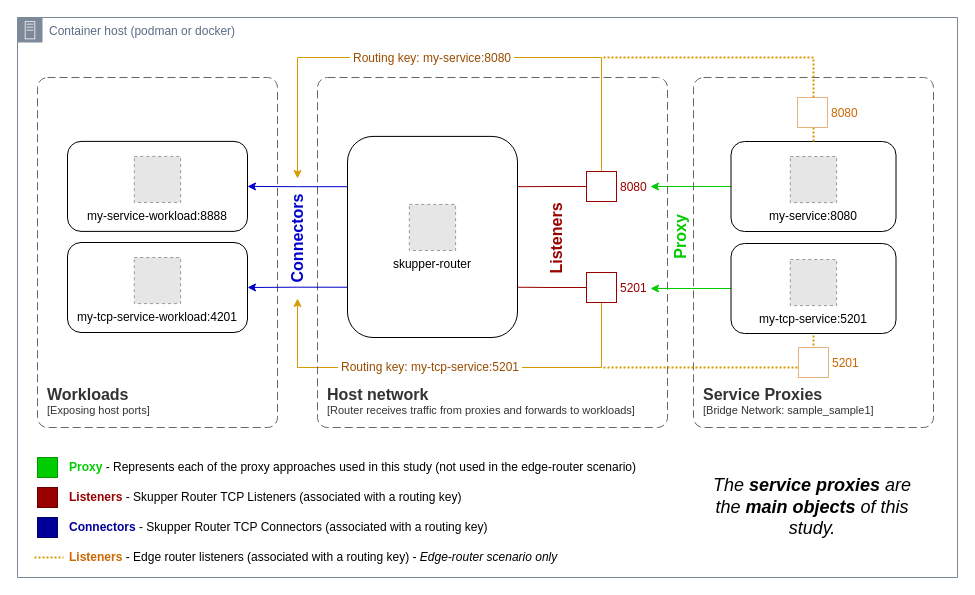
Earlier version of the draw.io diagram page "20240328" (1 of 2) of posts/20240322-skupper-podman-ingresses/resources/scenario.drawio (fgiorgetti/fgiorgetti.github.io). Source tidied: cells renumbered, new cells numbered last; positions are measured from the earlier drawing's top-left corner, leaving out a move shared by most shapes. Both pictures are drawn from the tidied source at 100%, with x=0, y=0 at pixel (17, 17). Pictures stored in the file or linked from it are replaced by grey dashed boxes.
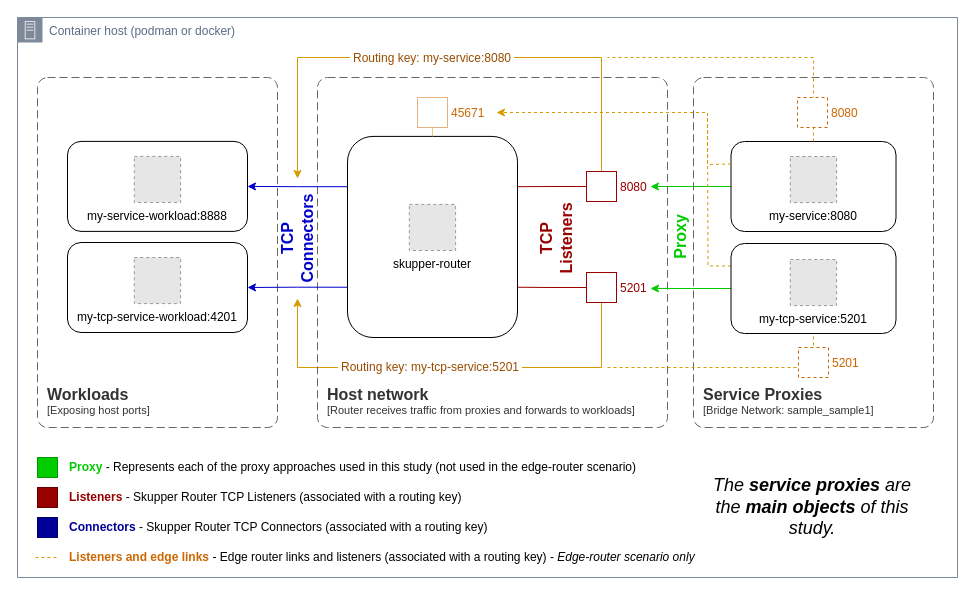
Above is the later version.

The change refers to these unchanged cells:
```xml
<mxCell id="4" style="rounded=1;whiteSpace=wrap;html=1;align=right;fontColor=#CC6600;" parent="1" vertex="1">
  <mxGeometry x="713.5" y="124" width="165" height="90" as="geometry" />
</mxCell>
<mxCell id="17" style="rounded=1;whiteSpace=wrap;html=1;" parent="1" vertex="1">
  <mxGeometry x="330" y="118.9" width="170" height="201.1" as="geometry" />
</mxCell>
<mxCell id="20" style="rounded=1;whiteSpace=wrap;html=1;align=right;" parent="1" vertex="1">
  <mxGeometry x="713.5" y="226" width="165" height="90" as="geometry" />
</mxCell>
```

The edit, as a diff of the source:
```diff
@@
+    <mxCell id="44" style="edgeStyle=orthogonalEdgeStyle;rounded=0;jettySize=auto;html=1;endArrow=none;endFill=0;exitX=0;exitY=0.25;exitDx=0;exitDy=0;fillColor=#ffe6cc;strokeColor=#d79b00;dashed=1;" parent="1" edge="1" source="20">
+      <mxGeometry relative="1" as="geometry">
+        <mxPoint x="690" y="100" as="targetPoint" />
+      </mxGeometry>
+    </mxCell>
@@
-    <mxCell id="27" value="Connectors" style="text;html=1;align=center;verticalAlign=middle;whiteSpace=wrap;rounded=0;fontStyle=1;rotation=-90;fontSize=16;fontColor=#0000CC;" parent="1" vertex="1">
+    <mxCell id="27" value="TCP&lt;br&gt;Connectors" style="text;html=1;align=center;verticalAlign=middle;whiteSpace=wrap;rounded=0;fontStyle=1;rotation=-90;fontSize=16;fontColor=#0000CC;" parent="1" vertex="1">
       <mxGeometry x="220" y="206" width="120" height="30" as="geometry" />
     </mxCell>
-    <mxCell id="28" value="Listeners" style="text;html=1;align=center;verticalAlign=middle;whiteSpace=wrap;rounded=0;fontStyle=1;rotation=-90;fontSize=16;fontColor=#990000;" parent="1" vertex="1">
+    <mxCell id="28" value="TCP&lt;br&gt;Listeners" style="text;html=1;align=center;verticalAlign=middle;whiteSpace=wrap;rounded=0;fontStyle=1;rotation=-90;fontSize=16;fontColor=#990000;" parent="1" vertex="1">
       <mxGeometry x="479" y="206" width="120" height="30" as="geometry" />
     </mxCell>
@@
-    <mxCell id="37" style="endArrow=none;dashed=1;html=1;dashPattern=1 1;strokeWidth=2;rounded=0;fillColor=#ffe6cc;strokeColor=#d79b00;" parent="1" edge="1">
-      <mxGeometry relative="1" as="geometry">
-        <mxPoint x="17" y="540" as="sourcePoint" />
-        <mxPoint x="46" y="540" as="targetPoint" />
-      </mxGeometry>
-    </mxCell>
-    <mxCell id="38" value="&lt;b style=&quot;&quot;&gt;&lt;font color=&quot;#cc6600&quot;&gt;Listeners&lt;/font&gt;&lt;font color=&quot;#00cc00&quot;&gt;&amp;nbsp;&lt;/font&gt;&lt;/b&gt;- Edge router listeners (associated with a routing key) - &lt;i&gt;Edge-router scenario only&lt;/i&gt;" style="text;html=1;align=left;verticalAlign=middle;whiteSpace=wrap;rounded=0;" parent="1" vertex="1">
+    <mxCell id="38" value="&lt;b style=&quot;&quot;&gt;&lt;font color=&quot;#cc6600&quot;&gt;Listeners and edge links&lt;/font&gt;&lt;font color=&quot;#00cc00&quot;&gt;&amp;nbsp;&lt;/font&gt;&lt;/b&gt;- Edge router links and listeners (associated with a routing key) - &lt;i&gt;Edge-router scenario only&lt;/i&gt;" style="text;html=1;align=left;verticalAlign=middle;whiteSpace=wrap;rounded=0;" parent="1" vertex="1">
       <mxGeometry x="50" y="525" width="810" height="30" as="geometry" />
     </mxCell>
@@
-    <mxCell id="40" style="endArrow=none;dashed=1;html=1;strokeWidth=2;rounded=0;exitX=0.5;exitY=0;exitDx=0;exitDy=0;dashPattern=1 1;fillColor=#ffe6cc;strokeColor=#d79b00;" parent="1" edge="1" source="4">
-      <mxGeometry relative="1" as="geometry">
-        <mxPoint x="585" y="40" as="targetPoint" />
-        <Array as="points">
-          <mxPoint x="796" y="40" />
-        </Array>
-      </mxGeometry>
-    </mxCell>
+    <mxCell id="45" style="edgeStyle=orthogonalEdgeStyle;rounded=0;jettySize=auto;html=1;exitX=0.5;exitY=1;exitDx=0;exitDy=0;entryX=0.5;entryY=0;entryDx=0;entryDy=0;endArrow=none;endFill=0;fillColor=#ffe6cc;strokeColor=#d79b00;dashed=1;dashPattern=1 1;" parent="1" edge="1" source="46" target="17">
+      <mxGeometry relative="1" as="geometry" />
+    </mxCell>
+    <mxCell id="46" value="45671" style="fontStyle=0;labelPosition=right;verticalLabelPosition=middle;align=left;verticalAlign=middle;spacingLeft=2;dashed=1;dashPattern=1 1;strokeColor=#CC6600;fontColor=#CC6600;" parent="1" vertex="1">
+      <mxGeometry x="400" y="80" width="30" height="30" as="geometry" />
+    </mxCell>
+    <mxCell id="47" style="endArrow=classic;html=1;rounded=0;exitX=0;exitY=0.25;exitDx=0;exitDy=0;fillColor=#ffe6cc;strokeColor=#d79b00;dashed=1;" parent="1" edge="1" source="4">
+      <mxGeometry relative="1" as="geometry">
+        <mxPoint x="479" y="95" as="targetPoint" />
+        <Array as="points">
+          <mxPoint x="690" y="147" />
+          <mxPoint x="690" y="95" />
+        </Array>
+      </mxGeometry>
+    </mxCell>
+    <mxCell id="48" style="endArrow=none;dashed=1;html=1;strokeWidth=1;rounded=0;exitX=0.5;exitY=0;exitDx=0;exitDy=0;fillColor=#ffe6cc;strokeColor=#d79b00;" parent="1" edge="1" source="4">
+      <mxGeometry relative="1" as="geometry">
+        <mxPoint x="590" y="40" as="targetPoint" />
+        <Array as="points">
+          <mxPoint x="796" y="40" />
+        </Array>
+      </mxGeometry>
+    </mxCell>
-    <mxCell id="41" value="8080" style="fontStyle=0;labelPosition=right;verticalLabelPosition=middle;align=left;verticalAlign=middle;spacingLeft=2;dashed=1;dashPattern=1 1;strokeColor=#CC6600;fontColor=#CC6600;" parent="1" vertex="1">
+    <mxCell id="41" value="8080" style="fontStyle=0;labelPosition=right;verticalLabelPosition=middle;align=left;verticalAlign=middle;spacingLeft=2;dashed=1;strokeColor=#CC6600;fontColor=#CC6600;" parent="1" vertex="1">
       <mxGeometry x="780" y="80" width="30" height="30" as="geometry" />
     </mxCell>
-    <mxCell id="42" style="endArrow=none;dashed=1;html=1;dashPattern=1 1;strokeWidth=2;rounded=0;entryX=0.5;entryY=1;entryDx=0;entryDy=0;fillColor=#ffe6cc;strokeColor=#d79b00;" parent="1" edge="1" target="20">
-      <mxGeometry relative="1" as="geometry">
-        <mxPoint x="586" y="350" as="sourcePoint" />
-        <Array as="points">
-          <mxPoint x="796" y="350" />
-        </Array>
-      </mxGeometry>
-    </mxCell>
+    <mxCell id="49" style="endArrow=none;dashed=1;html=1;strokeWidth=1;rounded=0;entryX=0.5;entryY=1;entryDx=0;entryDy=0;fillColor=#ffe6cc;strokeColor=#d79b00;" parent="1" edge="1" target="20">
+      <mxGeometry relative="1" as="geometry">
+        <mxPoint x="590" y="350" as="sourcePoint" />
+        <Array as="points">
+          <mxPoint x="796" y="350" />
+        </Array>
+      </mxGeometry>
+    </mxCell>
-    <mxCell id="43" value="5201" style="fontStyle=0;labelPosition=right;verticalLabelPosition=middle;align=left;verticalAlign=middle;spacingLeft=2;dashed=1;dashPattern=1 1;strokeColor=#CC6600;fontColor=#CC6600;" parent="1" vertex="1">
+    <mxCell id="43" value="5201" style="fontStyle=0;labelPosition=right;verticalLabelPosition=middle;align=left;verticalAlign=middle;spacingLeft=2;dashed=1;strokeColor=#CC6600;fontColor=#CC6600;" parent="1" vertex="1">
       <mxGeometry x="781" y="330" width="30" height="30" as="geometry" />
     </mxCell>
+    <mxCell id="50" style="endArrow=none;dashed=1;html=1;strokeWidth=1;rounded=0;fillColor=#ffe6cc;strokeColor=#d79b00;" parent="1" edge="1">
+      <mxGeometry relative="1" as="geometry">
+        <mxPoint x="18" y="540" as="sourcePoint" />
+        <mxPoint x="42" y="540" as="targetPoint" />
+      </mxGeometry>
+    </mxCell>
```
